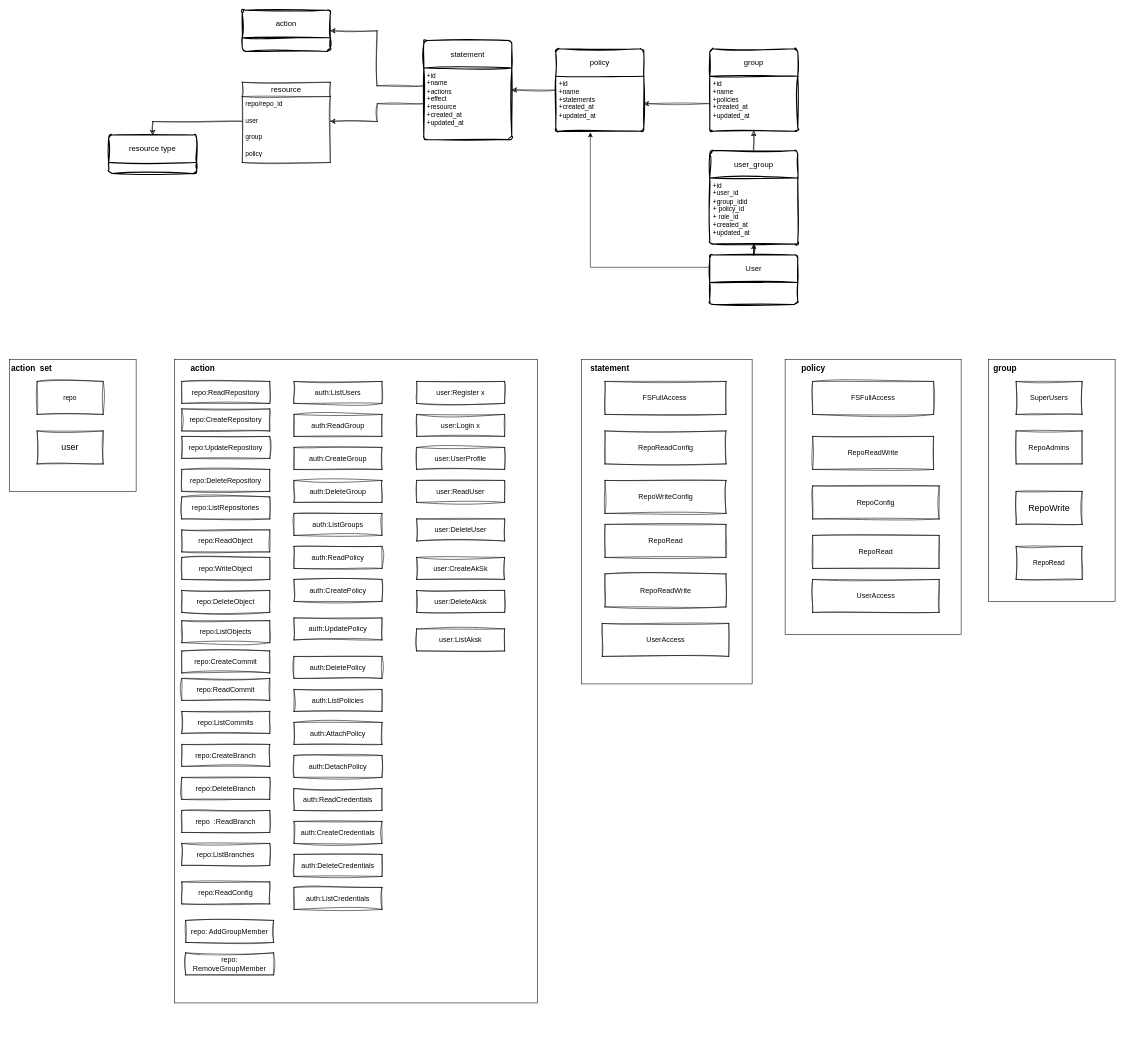
This is docs/draws/rbac_role.drawio from GitDataAI/jzfs, a draw.io file, before an edit. Source tidied: cells renumbered, new cells numbered last; positions are measured from the earlier drawing's top-left corner, leaving out a move shared by most shapes. Both pictures are drawn from the tidied source at 55%, with x=0, y=0 at pixel (9, 10).
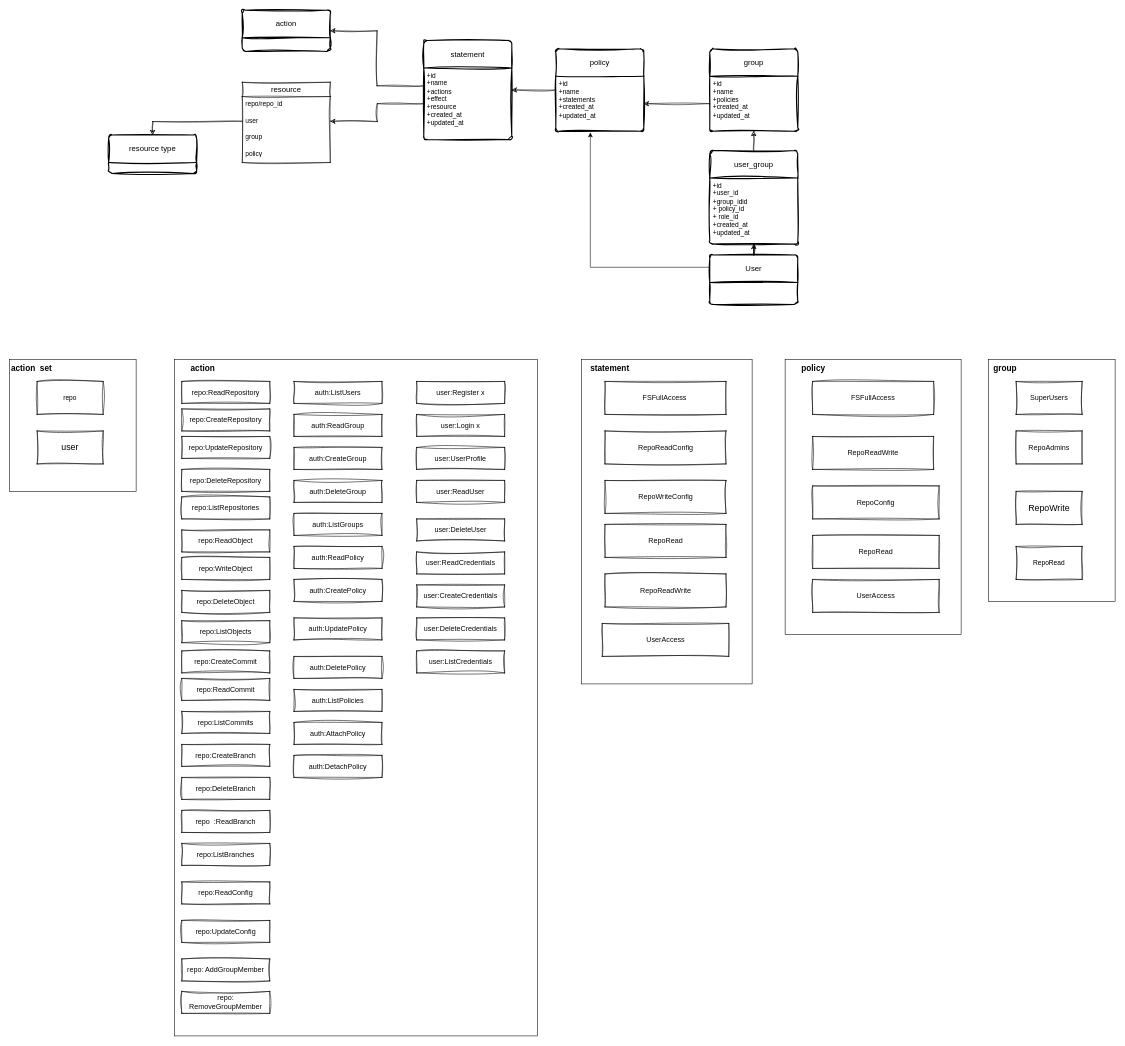
The same page after the edit.

The edit, as a diff of the source:
```diff
@@
     <mxCell id="13" style="rounded=0;whiteSpace=wrap;html=1;hachureGap=4;fontFamily=Helvetica;" parent="1" vertex="1">
-      <mxGeometry x="300" y="635" width="660" height="1170" as="geometry" />
+      <mxGeometry x="300" y="635" width="660" height="1230" as="geometry" />
     </mxCell>
@@
-    <mxCell id="45" value="&lt;div style=&quot;background-color:#ffffff;color:#080808&quot;&gt;&lt;div style=&quot;font-size: 9.8pt;&quot;&gt;&lt;div style=&quot;font-size: 9.8pt;&quot;&gt;&lt;div style=&quot;font-size: 9.8pt;&quot;&gt;&lt;div style=&quot;font-size: 9.8pt;&quot;&gt;&lt;div&gt;&lt;div style=&quot;font-size: 9.8pt;&quot;&gt;auth:ReadCredentials&lt;/div&gt;&lt;/div&gt;&lt;/div&gt;&lt;/div&gt;&lt;/div&gt;&lt;/div&gt;&lt;/div&gt;" style="rounded=0;whiteSpace=wrap;html=1;sketch=1;hachureGap=4;jiggle=2;curveFitting=1;fontFamily=Helvetica;" parent="1" vertex="1">
-      <mxGeometry x="517" y="1415" width="160" height="40" as="geometry" />
+    <mxCell id="45" value="&lt;div style=&quot;background-color:#ffffff;color:#080808&quot;&gt;&lt;div style=&quot;font-size: 9.8pt;&quot;&gt;&lt;div style=&quot;font-size: 9.8pt;&quot;&gt;&lt;div style=&quot;font-size: 9.8pt;&quot;&gt;&lt;div style=&quot;font-size: 9.8pt;&quot;&gt;&lt;div&gt;&lt;div style=&quot;font-size: 9.8pt;&quot;&gt;user:ReadCredentials&lt;/div&gt;&lt;/div&gt;&lt;/div&gt;&lt;/div&gt;&lt;/div&gt;&lt;/div&gt;&lt;/div&gt;" style="rounded=0;whiteSpace=wrap;html=1;sketch=1;hachureGap=4;jiggle=2;curveFitting=1;fontFamily=Helvetica;" parent="1" vertex="1">
+      <mxGeometry x="740" y="985" width="160" height="40" as="geometry" />
     </mxCell>
-    <mxCell id="46" value="&lt;div style=&quot;background-color:#ffffff;color:#080808&quot;&gt;&lt;div style=&quot;font-size: 9.8pt;&quot;&gt;&lt;div style=&quot;font-size: 9.8pt;&quot;&gt;&lt;div style=&quot;font-size: 9.8pt;&quot;&gt;&lt;div style=&quot;font-size: 9.8pt;&quot;&gt;&lt;div&gt;&lt;div style=&quot;font-size: 9.8pt;&quot;&gt;auth:CreateCredentials&lt;/div&gt;&lt;/div&gt;&lt;/div&gt;&lt;/div&gt;&lt;/div&gt;&lt;/div&gt;&lt;/div&gt;" style="rounded=0;whiteSpace=wrap;html=1;sketch=1;hachureGap=4;jiggle=2;curveFitting=1;fontFamily=Helvetica;" parent="1" vertex="1">
-      <mxGeometry x="517" y="1475" width="160" height="40" as="geometry" />
+    <mxCell id="46" value="&lt;div style=&quot;background-color:#ffffff;color:#080808&quot;&gt;&lt;div style=&quot;font-size: 9.8pt;&quot;&gt;&lt;div style=&quot;font-size: 9.8pt;&quot;&gt;&lt;div style=&quot;font-size: 9.8pt;&quot;&gt;&lt;div style=&quot;font-size: 9.8pt;&quot;&gt;&lt;div style=&quot;font-size: 9.8pt;&quot;&gt;user:CreateCredentials&lt;/div&gt;&lt;/div&gt;&lt;/div&gt;&lt;/div&gt;&lt;/div&gt;&lt;/div&gt;" style="rounded=0;whiteSpace=wrap;html=1;sketch=1;hachureGap=4;jiggle=2;curveFitting=1;fontFamily=Helvetica;" parent="1" vertex="1">
+      <mxGeometry x="740" y="1045" width="160" height="40" as="geometry" />
     </mxCell>
-    <mxCell id="47" value="&lt;div style=&quot;background-color:#ffffff;color:#080808&quot;&gt;&lt;div style=&quot;font-size: 9.8pt;&quot;&gt;&lt;div style=&quot;font-size: 9.8pt;&quot;&gt;&lt;div style=&quot;font-size: 9.8pt;&quot;&gt;&lt;div style=&quot;font-size: 9.8pt;&quot;&gt;&lt;div style=&quot;font-size: 9.8pt;&quot;&gt;&lt;div&gt;&lt;div style=&quot;font-size: 9.8pt;&quot;&gt;auth:DeleteCredentials&lt;/div&gt;&lt;/div&gt;&lt;/div&gt;&lt;/div&gt;&lt;/div&gt;&lt;/div&gt;&lt;/div&gt;&lt;/div&gt;" style="rounded=0;whiteSpace=wrap;html=1;sketch=1;hachureGap=4;jiggle=2;curveFitting=1;fontFamily=Helvetica;" parent="1" vertex="1">
-      <mxGeometry x="517" y="1535" width="160" height="40" as="geometry" />
+    <mxCell id="47" value="&lt;div style=&quot;background-color:#ffffff;color:#080808&quot;&gt;&lt;div style=&quot;font-size: 9.8pt;&quot;&gt;&lt;div style=&quot;font-size: 9.8pt;&quot;&gt;&lt;div style=&quot;font-size: 9.8pt;&quot;&gt;&lt;div style=&quot;font-size: 9.8pt;&quot;&gt;&lt;div style=&quot;font-size: 9.8pt;&quot;&gt;&lt;div style=&quot;font-size: 9.8pt;&quot;&gt;user:DeleteCredentials&lt;/div&gt;&lt;/div&gt;&lt;/div&gt;&lt;/div&gt;&lt;/div&gt;&lt;/div&gt;&lt;/div&gt;" style="rounded=0;whiteSpace=wrap;html=1;sketch=1;hachureGap=4;jiggle=2;curveFitting=1;fontFamily=Helvetica;" parent="1" vertex="1">
+      <mxGeometry x="740" y="1105" width="160" height="40" as="geometry" />
     </mxCell>
-    <mxCell id="48" value="&lt;div style=&quot;background-color:#ffffff;color:#080808&quot;&gt;&lt;div style=&quot;font-size: 9.8pt;&quot;&gt;&lt;div style=&quot;font-size: 9.8pt;&quot;&gt;&lt;div style=&quot;font-size: 9.8pt;&quot;&gt;&lt;div style=&quot;font-size: 9.8pt;&quot;&gt;&lt;div style=&quot;font-size: 9.8pt;&quot;&gt;&lt;div&gt;&lt;div style=&quot;font-size: 9.8pt;&quot;&gt;auth:ListCredentials&lt;/div&gt;&lt;/div&gt;&lt;/div&gt;&lt;/div&gt;&lt;/div&gt;&lt;/div&gt;&lt;/div&gt;&lt;/div&gt;" style="rounded=0;whiteSpace=wrap;html=1;sketch=1;hachureGap=4;jiggle=2;curveFitting=1;fontFamily=Helvetica;" parent="1" vertex="1">
-      <mxGeometry x="517" y="1595" width="160" height="40" as="geometry" />
+    <mxCell id="48" value="&lt;div style=&quot;background-color:#ffffff;color:#080808&quot;&gt;&lt;div style=&quot;font-size: 9.8pt;&quot;&gt;&lt;div style=&quot;font-size: 9.8pt;&quot;&gt;&lt;div style=&quot;font-size: 9.8pt;&quot;&gt;&lt;div style=&quot;font-size: 9.8pt;&quot;&gt;&lt;div style=&quot;font-size: 9.8pt;&quot;&gt;&lt;div style=&quot;font-size: 9.8pt;&quot;&gt;user:ListCredentials&lt;/div&gt;&lt;/div&gt;&lt;/div&gt;&lt;/div&gt;&lt;/div&gt;&lt;/div&gt;&lt;/div&gt;" style="rounded=0;whiteSpace=wrap;html=1;sketch=1;hachureGap=4;jiggle=2;curveFitting=1;fontFamily=Helvetica;" parent="1" vertex="1">
+      <mxGeometry x="740" y="1165" width="160" height="40" as="geometry" />
     </mxCell>
@@
     <mxCell id="83" value="&lt;div style=&quot;background-color:#ffffff;color:#080808&quot;&gt;&lt;div style=&quot;font-size: 9.8pt;&quot;&gt;&lt;div style=&quot;font-size: 9.8pt;&quot;&gt;&lt;div style=&quot;font-size: 9.8pt;&quot;&gt;&lt;div&gt;&lt;div style=&quot;font-size: 9.8pt;&quot;&gt;repo: AddGroupMember&lt;/div&gt;&lt;/div&gt;&lt;/div&gt;&lt;/div&gt;&lt;/div&gt;&lt;/div&gt;" style="rounded=0;whiteSpace=wrap;html=1;sketch=1;hachureGap=4;jiggle=2;curveFitting=1;fontFamily=Helvetica;" parent="1" vertex="1">
-      <mxGeometry x="320" y="1655" width="160" height="40" as="geometry" />
+      <mxGeometry x="313" y="1725" width="160" height="40" as="geometry" />
     </mxCell>
     <mxCell id="84" value="&lt;div style=&quot;background-color:#ffffff;color:#080808&quot;&gt;&lt;div style=&quot;font-size: 9.8pt;&quot;&gt;&lt;div style=&quot;font-size: 9.8pt;&quot;&gt;&lt;div style=&quot;font-size: 9.8pt;&quot;&gt;&lt;div&gt;&lt;div style=&quot;font-size: 9.8pt;&quot;&gt;repo: RemoveGroupMember&lt;/div&gt;&lt;/div&gt;&lt;/div&gt;&lt;/div&gt;&lt;/div&gt;&lt;/div&gt;" style="rounded=0;whiteSpace=wrap;html=1;sketch=1;hachureGap=4;jiggle=2;curveFitting=1;fontFamily=Helvetica;" parent="1" vertex="1">
-      <mxGeometry x="320" y="1714" width="160" height="40" as="geometry" />
+      <mxGeometry x="313" y="1784" width="160" height="40" as="geometry" />
     </mxCell>
@@
-    <mxCell id="89" value="&lt;div style=&quot;background-color:#ffffff;color:#080808&quot;&gt;&lt;div style=&quot;font-size: 9.8pt;&quot;&gt;&lt;div style=&quot;font-size: 9.8pt;&quot;&gt;&lt;div style=&quot;font-size: 9.8pt;&quot;&gt;user:CreateAkSk&lt;/div&gt;&lt;/div&gt;&lt;/div&gt;&lt;/div&gt;" style="rounded=0;whiteSpace=wrap;html=1;sketch=1;hachureGap=4;jiggle=2;curveFitting=1;fontFamily=Helvetica;" parent="1" vertex="1">
-      <mxGeometry x="740" y="995" width="160" height="40" as="geometry" />
-    </mxCell>
-    <mxCell id="90" value="&lt;div style=&quot;background-color:#ffffff;color:#080808&quot;&gt;&lt;div style=&quot;font-size: 9.8pt;&quot;&gt;&lt;div style=&quot;font-size: 9.8pt;&quot;&gt;&lt;div style=&quot;font-size: 9.8pt;&quot;&gt;user:DeleteAksk&lt;/div&gt;&lt;/div&gt;&lt;/div&gt;&lt;/div&gt;" style="rounded=0;whiteSpace=wrap;html=1;sketch=1;hachureGap=4;jiggle=2;curveFitting=1;fontFamily=Helvetica;" parent="1" vertex="1">
-      <mxGeometry x="740" y="1055" width="160" height="40" as="geometry" />
-    </mxCell>
-    <mxCell id="91" value="&lt;div style=&quot;background-color:#ffffff;color:#080808&quot;&gt;&lt;div style=&quot;font-size: 9.8pt;&quot;&gt;&lt;div style=&quot;font-size: 9.8pt;&quot;&gt;&lt;div style=&quot;font-size: 9.8pt;&quot;&gt;user:ListAksk&lt;/div&gt;&lt;/div&gt;&lt;/div&gt;&lt;/div&gt;" style="rounded=0;whiteSpace=wrap;html=1;sketch=1;hachureGap=4;jiggle=2;curveFitting=1;fontFamily=Helvetica;" parent="1" vertex="1">
-      <mxGeometry x="740" y="1125" width="160" height="40" as="geometry" />
-    </mxCell>
@@
+    <mxCell id="96" value="&lt;div style=&quot;background-color:#ffffff;color:#080808&quot;&gt;&lt;div style=&quot;font-size: 9.8pt;&quot;&gt;&lt;div style=&quot;font-size: 9.8pt;&quot;&gt;&lt;div style=&quot;font-size: 9.8pt;&quot;&gt;&lt;div&gt;&lt;div style=&quot;font-size: 9.8pt;&quot;&gt;repo:UpdateConfig&lt;/div&gt;&lt;/div&gt;&lt;/div&gt;&lt;/div&gt;&lt;/div&gt;&lt;/div&gt;" style="rounded=0;whiteSpace=wrap;html=1;sketch=1;hachureGap=4;jiggle=2;curveFitting=1;fontFamily=Helvetica;" parent="1" vertex="1">
+      <mxGeometry x="313" y="1655" width="160" height="40" as="geometry" />
+    </mxCell>
```
